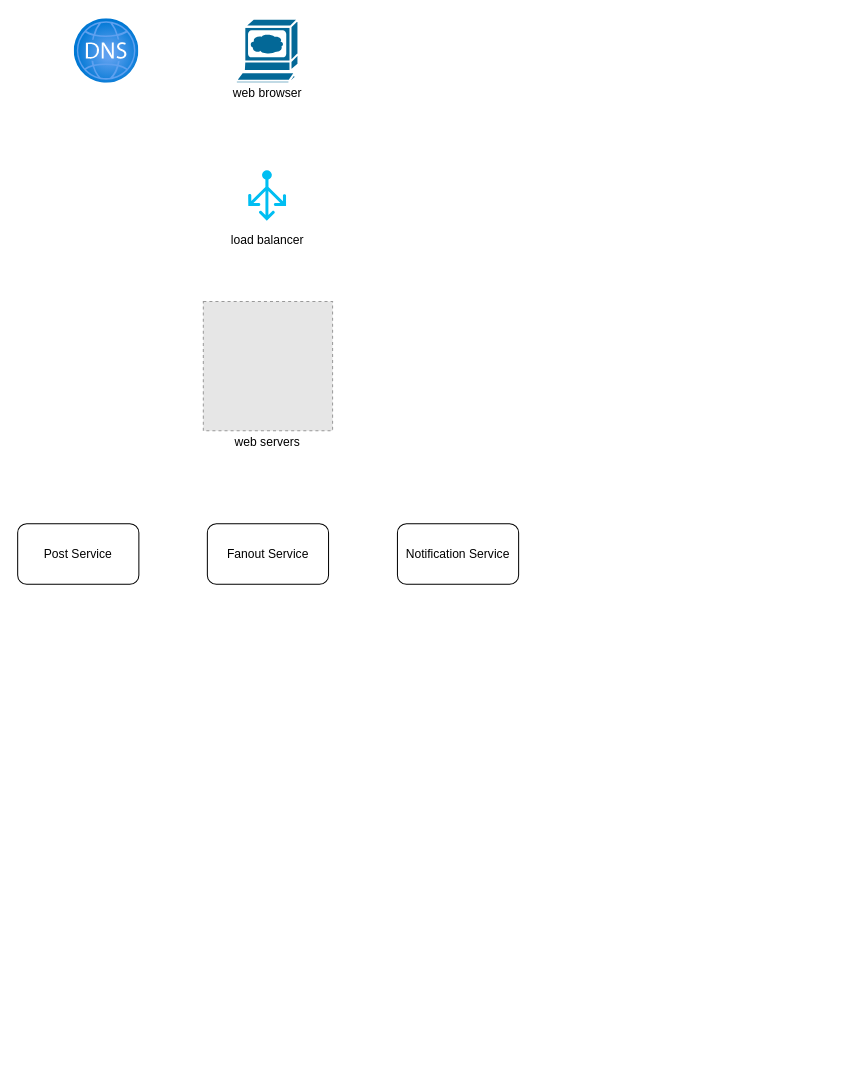
The draw.io diagram Untitled Diagram.drawio in qiusli/system-design, before the edit. Source tidied: cells renumbered, new cells numbered last; positions are measured from the earlier drawing's top-left corner, leaving out a move shared by most shapes. Both pictures are drawn from the tidied source at 101%, with x=0, y=0 at pixel (17, 18). Pictures stored in the file or linked from it are replaced by grey dashed boxes.
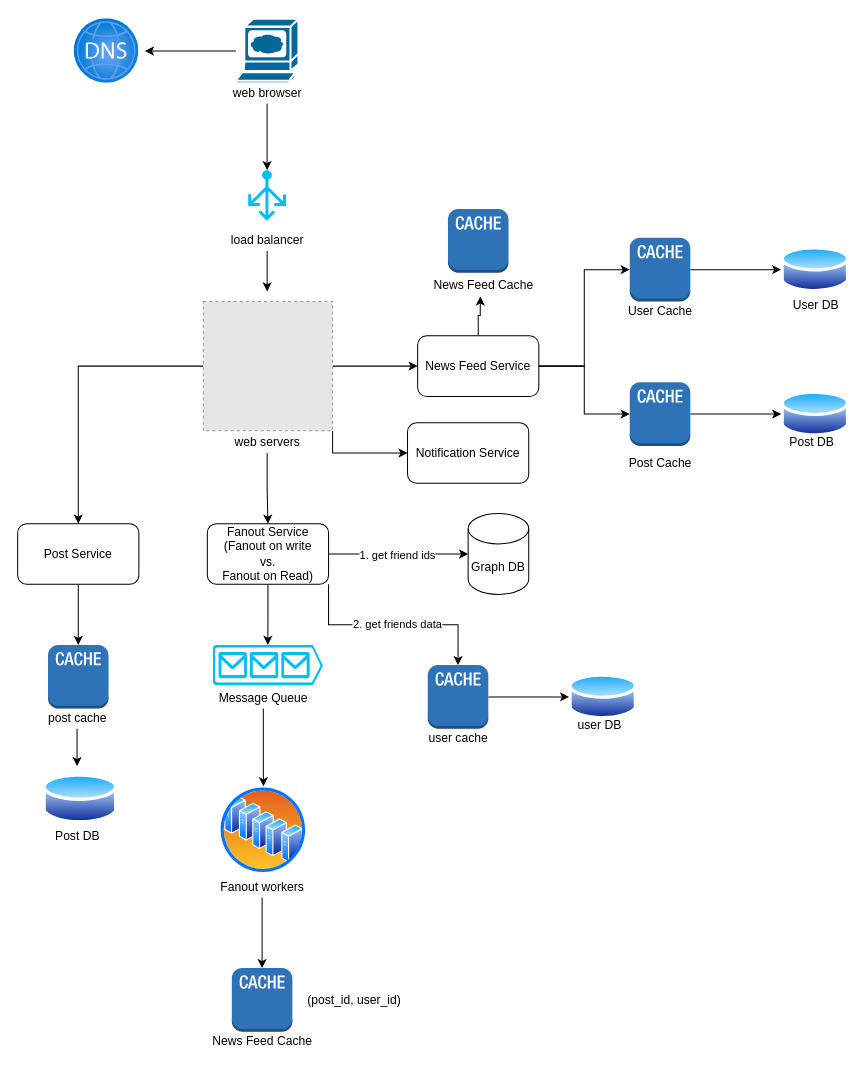
After the change.

The change refers to these unchanged cells:
```xml
<mxCell id="2" style="shape=mxgraph.cisco.computers_and_peripherals.web_browser;html=1;dashed=0;fillColor=#036897;strokeColor=#ffffff;strokeWidth=2;verticalLabelPosition=bottom;verticalAlign=top;align=center;outlineConnect=0;" parent="1" vertex="1">
  <mxGeometry x="216" width="62" height="64" as="geometry" />
</mxCell>
<mxCell id="4" style="verticalLabelPosition=bottom;html=1;verticalAlign=top;align=center;strokeColor=none;fillColor=#00BEF2;shape=mxgraph.azure.load_balancer_generic;" parent="1" vertex="1">
  <mxGeometry x="228.2" y="150" width="37.5" height="50" as="geometry" />
</mxCell>
<mxCell id="5" style="fillColor=#E6E6E6;strokeColor=#999999;dashed=1;html=1;verticalAlign=top;verticalLabelPosition=bottom;labelBackgroundColor=#ffffff;" parent="1" vertex="1">
  <mxGeometry x="183.8" y="280" width="128" height="128" as="geometry" />
</mxCell>
<mxCell id="6" value="Post Service" style="rounded=1;whiteSpace=wrap;html=1;" parent="1" vertex="1">
  <mxGeometry y="500" width="120" height="60" as="geometry" />
</mxCell>
<mxCell id="9" value="web browser" style="text;html=1;align=center;verticalAlign=middle;points=[];strokeColor=none;fillColor=none;" parent="1" vertex="1">
  <mxGeometry x="207" y="64" width="80" height="20" as="geometry" />
</mxCell>
<mxCell id="10" value="load balancer" style="text;html=1;align=center;verticalAlign=middle;points=[];strokeColor=none;fillColor=none;" parent="1" vertex="1">
  <mxGeometry x="202" y="210" width="90" height="20" as="geometry" />
</mxCell>
<mxCell id="11" value="web servers" style="text;html=1;align=center;verticalAlign=middle;points=[];strokeColor=none;fillColor=none;" parent="1" vertex="1">
  <mxGeometry x="207" y="410" width="80" height="20" as="geometry" />
</mxCell>
```

The edit, as a diff of the source:
```diff
@@
+    <mxCell id="12" style="edgeStyle=orthogonalEdgeStyle;rounded=0;jettySize=auto;html=1;" parent="1" edge="1" source="2">
+      <mxGeometry relative="1" as="geometry">
+        <mxPoint x="126" y="32" as="targetPoint" />
+      </mxGeometry>
+    </mxCell>
@@
+    <mxCell id="13" style="edgeStyle=orthogonalEdgeStyle;rounded=0;jettySize=auto;html=1;entryX=0.5;entryY=0;entryDx=0;entryDy=0;" parent="1" edge="1" source="5" target="6">
+      <mxGeometry relative="1" as="geometry" />
+    </mxCell>
+    <mxCell id="14" style="edgeStyle=orthogonalEdgeStyle;rounded=0;jettySize=auto;html=1;exitX=1;exitY=1;exitDx=0;exitDy=0;" parent="1" edge="1" source="5" target="8">
+      <mxGeometry relative="1" as="geometry" />
+    </mxCell>
+    <mxCell id="15" style="edgeStyle=orthogonalEdgeStyle;rounded=0;jettySize=auto;html=1;" parent="1" edge="1" source="5" target="48">
+      <mxGeometry relative="1" as="geometry" />
+    </mxCell>
@@
+    <mxCell id="16" style="edgeStyle=orthogonalEdgeStyle;rounded=0;jettySize=auto;html=1;entryX=0.5;entryY=0;entryDx=0;entryDy=0;entryPerimeter=0;" parent="1" edge="1" source="6" target="25">
+      <mxGeometry relative="1" as="geometry" />
+    </mxCell>
@@
+    <mxCell id="17" style="edgeStyle=orthogonalEdgeStyle;rounded=0;jettySize=auto;html=1;entryX=0.5;entryY=0;entryDx=0;entryDy=0;entryPerimeter=0;" parent="1" edge="1" source="7" target="31">
+      <mxGeometry relative="1" as="geometry" />
+    </mxCell>
+    <mxCell id="18" style="edgeStyle=orthogonalEdgeStyle;rounded=0;jettySize=auto;html=1;entryX=0;entryY=0.5;entryDx=0;entryDy=0;entryPerimeter=0;" parent="1" edge="1" source="7" target="27">
+      <mxGeometry relative="1" as="geometry" />
+    </mxCell>
+    <mxCell id="19" value="1. get friend ids" style="edgeLabel;html=1;align=center;verticalAlign=middle;" parent="18" vertex="1">
+      <mxGeometry x="-0.26" y="-1" relative="1" as="geometry">
+        <mxPoint x="17" y="-1" as="offset" />
+      </mxGeometry>
+    </mxCell>
+    <mxCell id="20" style="edgeStyle=orthogonalEdgeStyle;rounded=0;jettySize=auto;html=1;exitX=1;exitY=1;exitDx=0;exitDy=0;entryX=0.5;entryY=0;entryDx=0;entryDy=0;entryPerimeter=0;" parent="1" edge="1" source="7" target="29">
+      <mxGeometry relative="1" as="geometry" />
+    </mxCell>
+    <mxCell id="21" value="2. get friends data" style="edgeLabel;html=1;align=center;verticalAlign=middle;" parent="20" vertex="1">
+      <mxGeometry x="-0.31" y="1" relative="1" as="geometry">
+        <mxPoint x="36" as="offset" />
+      </mxGeometry>
+    </mxCell>
-    <mxCell id="7" value="Fanout Service" style="rounded=1;whiteSpace=wrap;html=1;" parent="1" vertex="1">
+    <mxCell id="7" value="Fanout Service&lt;br&gt;(Fanout on write&lt;br&gt;vs.&lt;br&gt;Fanout on Read)" style="rounded=1;whiteSpace=wrap;html=1;" parent="1" vertex="1">
       <mxGeometry x="187.8" y="500" width="120" height="60" as="geometry" />
     </mxCell>
     <mxCell id="8" value="Notification Service" style="rounded=1;whiteSpace=wrap;html=1;" parent="1" vertex="1">
-      <mxGeometry x="376" y="500" width="120" height="60" as="geometry" />
+      <mxGeometry x="386" y="400" width="120" height="60" as="geometry" />
     </mxCell>
+    <mxCell id="22" style="edgeStyle=orthogonalEdgeStyle;rounded=0;jettySize=auto;html=1;entryX=0.5;entryY=0;entryDx=0;entryDy=0;entryPerimeter=0;" parent="1" edge="1" source="9" target="4">
+      <mxGeometry relative="1" as="geometry" />
+    </mxCell>
@@
+    <mxCell id="23" style="edgeStyle=orthogonalEdgeStyle;rounded=0;jettySize=auto;html=1;" parent="1" edge="1" source="10">
+      <mxGeometry relative="1" as="geometry">
+        <mxPoint x="247" y="270" as="targetPoint" />
+      </mxGeometry>
+    </mxCell>
@@
+    <mxCell id="24" style="edgeStyle=orthogonalEdgeStyle;rounded=0;jettySize=auto;html=1;entryX=0.5;entryY=0;entryDx=0;entryDy=0;" parent="1" edge="1" source="11" target="7">
+      <mxGeometry relative="1" as="geometry" />
+    </mxCell>
@@
+    <mxCell id="25" style="outlineConnect=0;dashed=0;verticalLabelPosition=bottom;verticalAlign=top;align=center;html=1;shape=mxgraph.aws3.cache_node;fillColor=#2E73B8;gradientColor=none;" parent="1" vertex="1">
+      <mxGeometry x="30" y="620" width="60" height="63" as="geometry" />
+    </mxCell>
+    <mxCell id="26" style="perimeter=ellipsePerimeter;html=1;align=center;shadow=0;dashed=0;spacingTop=3;image;image=img/lib/active_directory/database.svg;" parent="1" vertex="1">
+      <mxGeometry x="25" y="745" width="74.3" height="55" as="geometry" />
+    </mxCell>
+    <mxCell id="27" value="Graph DB" style="shape=cylinder3;whiteSpace=wrap;html=1;boundedLbl=1;backgroundOutline=1;size=15;" parent="1" vertex="1">
+      <mxGeometry x="446" y="490" width="60" height="80" as="geometry" />
+    </mxCell>
+    <mxCell id="28" style="edgeStyle=orthogonalEdgeStyle;rounded=0;jettySize=auto;html=1;entryX=0;entryY=0.5;entryDx=0;entryDy=0;" parent="1" edge="1" source="29" target="30">
+      <mxGeometry relative="1" as="geometry" />
+    </mxCell>
+    <mxCell id="29" style="outlineConnect=0;dashed=0;verticalLabelPosition=bottom;verticalAlign=top;align=center;html=1;shape=mxgraph.aws3.cache_node;fillColor=#2E73B8;gradientColor=none;" parent="1" vertex="1">
+      <mxGeometry x="406" y="640" width="60" height="63" as="geometry" />
+    </mxCell>
+    <mxCell id="30" style="perimeter=ellipsePerimeter;html=1;align=center;shadow=0;dashed=0;spacingTop=3;image;image=img/lib/active_directory/database.svg;" parent="1" vertex="1">
+      <mxGeometry x="546" y="646.5" width="67.6" height="50" as="geometry" />
+    </mxCell>
+    <mxCell id="31" style="verticalLabelPosition=bottom;html=1;verticalAlign=top;align=center;strokeColor=none;fillColor=#00BEF2;shape=mxgraph.azure.queue_generic;" parent="1" vertex="1">
+      <mxGeometry x="193.2" y="620" width="109" height="40" as="geometry" />
+    </mxCell>
+    <mxCell id="32" style="perimeter=ellipsePerimeter;html=1;align=center;shadow=0;dashed=0;spacingTop=3;image;image=img/lib/active_directory/server_farm.svg;" parent="1" vertex="1">
+      <mxGeometry x="199.8" y="760" width="87" height="87" as="geometry" />
+    </mxCell>
+    <mxCell id="33" style="outlineConnect=0;dashed=0;verticalLabelPosition=bottom;verticalAlign=top;align=center;html=1;shape=mxgraph.aws3.cache_node;fillColor=#2E73B8;gradientColor=none;" parent="1" vertex="1">
+      <mxGeometry x="212" y="940" width="60" height="63" as="geometry" />
+    </mxCell>
+    <mxCell id="34" value="user cache" style="text;html=1;align=center;verticalAlign=middle;strokeColor=none;fillColor=none;" parent="1" vertex="1">
+      <mxGeometry x="401" y="703" width="70" height="20" as="geometry" />
+    </mxCell>
+    <mxCell id="35" value="user DB" style="text;html=1;align=center;verticalAlign=middle;strokeColor=none;fillColor=none;" parent="1" vertex="1">
+      <mxGeometry x="546" y="690" width="60" height="20" as="geometry" />
+    </mxCell>
+    <mxCell id="36" style="edgeStyle=orthogonalEdgeStyle;rounded=0;jettySize=auto;html=1;" parent="1" edge="1" source="37">
+      <mxGeometry relative="1" as="geometry">
+        <mxPoint x="58.8" y="740" as="targetPoint" />
+      </mxGeometry>
+    </mxCell>
+    <mxCell id="37" value="post cache" style="text;html=1;align=center;verticalAlign=middle;points=[];strokeColor=none;fillColor=none;" parent="1" vertex="1">
+      <mxGeometry x="23.8" y="683" width="70" height="20" as="geometry" />
+    </mxCell>
+    <mxCell id="38" value="Post DB" style="text;html=1;align=center;verticalAlign=middle;strokeColor=none;fillColor=none;" parent="1" vertex="1">
+      <mxGeometry x="28.8" y="800" width="60" height="20" as="geometry" />
+    </mxCell>
+    <mxCell id="39" style="edgeStyle=orthogonalEdgeStyle;rounded=0;jettySize=auto;html=1;entryX=0.5;entryY=0;entryDx=0;entryDy=0;" parent="1" edge="1" source="40" target="32">
+      <mxGeometry relative="1" as="geometry" />
+    </mxCell>
+    <mxCell id="40" value="Message Queue" style="text;html=1;align=center;verticalAlign=middle;points=[];strokeColor=none;fillColor=none;" parent="1" vertex="1">
+      <mxGeometry x="193.2" y="663" width="100" height="20" as="geometry" />
+    </mxCell>
+    <mxCell id="41" style="edgeStyle=orthogonalEdgeStyle;rounded=0;jettySize=auto;html=1;" parent="1" edge="1" source="42" target="33">
+      <mxGeometry relative="1" as="geometry" />
+    </mxCell>
+    <mxCell id="42" value="Fanout workers" style="text;html=1;align=center;verticalAlign=middle;points=[];strokeColor=none;fillColor=none;" parent="1" vertex="1">
+      <mxGeometry x="192" y="850" width="100" height="20" as="geometry" />
+    </mxCell>
+    <mxCell id="43" value="News Feed Cache" style="text;html=1;align=center;verticalAlign=middle;strokeColor=none;fillColor=none;" parent="1" vertex="1">
+      <mxGeometry x="187" y="1003" width="110" height="20" as="geometry" />
+    </mxCell>
+    <mxCell id="44" value="(post_id, user_id)" style="text;html=1;align=center;verticalAlign=middle;strokeColor=none;fillColor=none;" parent="1" vertex="1">
+      <mxGeometry x="278" y="961.5" width="110" height="20" as="geometry" />
+    </mxCell>
+    <mxCell id="45" style="edgeStyle=orthogonalEdgeStyle;rounded=0;jettySize=auto;html=1;entryX=0;entryY=0.5;entryDx=0;entryDy=0;entryPerimeter=0;" parent="1" edge="1" source="48" target="50">
+      <mxGeometry relative="1" as="geometry" />
+    </mxCell>
+    <mxCell id="46" style="edgeStyle=orthogonalEdgeStyle;rounded=0;jettySize=auto;html=1;" parent="1" edge="1" source="48" target="53">
+      <mxGeometry relative="1" as="geometry" />
+    </mxCell>
+    <mxCell id="47" style="edgeStyle=orthogonalEdgeStyle;rounded=0;jettySize=auto;html=1;entryX=0.473;entryY=1.075;entryDx=0;entryDy=0;entryPerimeter=0;" parent="1" edge="1" source="48" target="60">
+      <mxGeometry relative="1" as="geometry" />
+    </mxCell>
+    <mxCell id="48" value="News Feed Service" style="rounded=1;whiteSpace=wrap;html=1;" parent="1" vertex="1">
+      <mxGeometry x="396" y="314" width="120" height="60" as="geometry" />
+    </mxCell>
+    <mxCell id="49" style="edgeStyle=orthogonalEdgeStyle;rounded=0;jettySize=auto;html=1;entryX=0;entryY=0.5;entryDx=0;entryDy=0;" parent="1" edge="1" source="50" target="51">
+      <mxGeometry relative="1" as="geometry" />
+    </mxCell>
+    <mxCell id="50" style="outlineConnect=0;dashed=0;verticalLabelPosition=bottom;verticalAlign=top;align=center;html=1;shape=mxgraph.aws3.cache_node;fillColor=#2E73B8;gradientColor=none;" parent="1" vertex="1">
+      <mxGeometry x="606" y="217" width="60" height="63" as="geometry" />
+    </mxCell>
+    <mxCell id="51" style="perimeter=ellipsePerimeter;html=1;align=center;shadow=0;dashed=0;spacingTop=3;image;image=img/lib/active_directory/database.svg;" parent="1" vertex="1">
+      <mxGeometry x="756" y="223.5" width="67.6" height="50" as="geometry" />
+    </mxCell>
+    <mxCell id="52" style="edgeStyle=orthogonalEdgeStyle;rounded=0;jettySize=auto;html=1;entryX=0;entryY=0.5;entryDx=0;entryDy=0;" parent="1" edge="1" source="53" target="54">
+      <mxGeometry relative="1" as="geometry" />
+    </mxCell>
+    <mxCell id="53" style="outlineConnect=0;dashed=0;verticalLabelPosition=bottom;verticalAlign=top;align=center;html=1;shape=mxgraph.aws3.cache_node;fillColor=#2E73B8;gradientColor=none;" parent="1" vertex="1">
+      <mxGeometry x="606" y="360" width="60" height="63" as="geometry" />
+    </mxCell>
+    <mxCell id="54" style="perimeter=ellipsePerimeter;html=1;align=center;shadow=0;dashed=0;spacingTop=3;image;image=img/lib/active_directory/database.svg;" parent="1" vertex="1">
+      <mxGeometry x="756" y="366.5" width="67.6" height="50" as="geometry" />
+    </mxCell>
+    <mxCell id="55" value="User Cache" style="text;html=1;align=center;verticalAlign=middle;strokeColor=none;fillColor=none;" parent="1" vertex="1">
+      <mxGeometry x="596" y="280" width="80" height="20" as="geometry" />
+    </mxCell>
+    <mxCell id="56" value="User DB" style="text;html=1;align=center;verticalAlign=middle;strokeColor=none;fillColor=none;" parent="1" vertex="1">
+      <mxGeometry x="759.8" y="273.5" width="60" height="20" as="geometry" />
+    </mxCell>
+    <mxCell id="57" value="Post Cache" style="text;html=1;align=center;verticalAlign=middle;strokeColor=none;fillColor=none;" parent="1" vertex="1">
+      <mxGeometry x="596" y="430" width="80" height="20" as="geometry" />
+    </mxCell>
+    <mxCell id="58" value="Post DB" style="text;html=1;align=center;verticalAlign=middle;strokeColor=none;fillColor=none;" parent="1" vertex="1">
+      <mxGeometry x="756" y="410" width="60" height="20" as="geometry" />
+    </mxCell>
+    <mxCell id="59" style="dashed=0;verticalLabelPosition=bottom;verticalAlign=top;align=center;html=1;shape=mxgraph.aws3.cache_node;fillColor=#2E73B8;gradientColor=none;" parent="1" vertex="1">
+      <mxGeometry x="426" y="188.5" width="60" height="63" as="geometry" />
+    </mxCell>
+    <mxCell id="60" value="News Feed Cache" style="text;html=1;align=center;verticalAlign=middle;points=[];strokeColor=none;fillColor=none;" parent="1" vertex="1">
+      <mxGeometry x="406" y="253.5" width="110" height="20" as="geometry" />
+    </mxCell>
```
